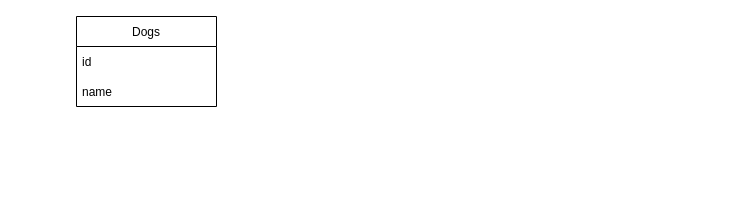
Before: Untitled Diagram.drawio in neebs12/database-diagrams, a draw.io diagram. Source tidied: cells renumbered, new cells numbered last; positions are measured from the earlier drawing's top-left corner, leaving out a move shared by most shapes. Both pictures are drawn from the tidied source at 100%, with x=0, y=0 at pixel (76, 16).
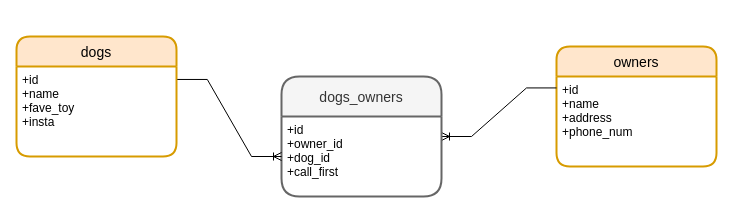
Above is the later version.

What changed in the source:
```diff
@@
 <mxGraphModel>
   <root>
     <mxCell id="0" />
     <mxCell id="1" parent="0" />
-    <mxCell id="2" value="Dogs" style="swimlane;fontStyle=0;horizontal=1;startSize=30;" parent="1" vertex="1">
-      <mxGeometry width="140" height="90" as="geometry" />
-    </mxCell>
-    <mxCell id="3" value="id" style="text;strokeColor=none;fillColor=none;align=left;verticalAlign=middle;spacingLeft=4;spacingRight=4;overflow=hidden;" parent="2" vertex="1">
-      <mxGeometry y="30" width="140" height="30" as="geometry" />
-    </mxCell>
-    <mxCell id="4" value="name" style="text;strokeColor=none;fillColor=none;align=left;verticalAlign=middle;spacingLeft=4;spacingRight=4;overflow=hidden;" parent="2" vertex="1">
-      <mxGeometry y="60" width="140" height="30" as="geometry" />
-    </mxCell>
+    <mxCell id="5" value="dogs" style="swimlane;horizontal=1;startSize=30;rounded=1;fontSize=14;fontStyle=0;strokeWidth=2;shadow=0;dashed=0;align=center;fillColor=#ffe6cc;strokeColor=#d79b00;" parent="1" vertex="1">
+      <mxGeometry x="-60" y="20" width="160" height="120" as="geometry" />
+    </mxCell>
+    <mxCell id="6" value="+id&#10;+name&#10;+fave_toy&#10;+insta" style="align=left;strokeColor=none;fillColor=none;spacingLeft=4;fontSize=12;verticalAlign=top;" parent="5" vertex="1">
+      <mxGeometry y="30" width="160" height="90" as="geometry" />
+    </mxCell>
+    <mxCell id="7" value="owners" style="swimlane;horizontal=1;startSize=30;rounded=1;fontSize=14;fontStyle=0;strokeWidth=2;shadow=0;dashed=0;align=center;fillColor=#ffe6cc;strokeColor=#d79b00;" parent="1" vertex="1">
+      <mxGeometry x="480" y="30" width="160" height="120" as="geometry" />
+    </mxCell>
+    <mxCell id="8" value="+id&#10;+name&#10;+address&#10;+phone_num" style="align=left;strokeColor=none;fillColor=none;spacingLeft=4;fontSize=12;verticalAlign=top;" parent="7" vertex="1">
+      <mxGeometry y="30" width="160" height="90" as="geometry" />
+    </mxCell>
+    <mxCell id="9" style="edgeStyle=entityRelationEdgeStyle;fontSize=12;html=1;endArrow=ERoneToMany;rounded=0;entryX=1;entryY=0.25;entryDx=0;entryDy=0;exitX=0;exitY=0.127;exitDx=0;exitDy=0;exitPerimeter=0;" parent="1" edge="1" source="8" target="11">
+      <mxGeometry relative="1" as="geometry" />
+    </mxCell>
+    <mxCell id="10" value="dogs_owners" style="swimlane;horizontal=1;startSize=40;rounded=1;fontSize=14;fontStyle=0;strokeWidth=2;shadow=0;dashed=0;align=center;fillColor=#f5f5f5;fontColor=#333333;strokeColor=#666666;" parent="1" vertex="1">
+      <mxGeometry x="205" y="60" width="160" height="120" as="geometry" />
+    </mxCell>
+    <mxCell id="11" value="+id&#10;+owner_id&#10;+dog_id&#10;+call_first" style="align=left;strokeColor=none;fillColor=none;spacingLeft=4;fontSize=12;verticalAlign=top;" parent="10" vertex="1">
+      <mxGeometry y="40" width="160" height="80" as="geometry" />
+    </mxCell>
+    <mxCell id="12" style="edgeStyle=entityRelationEdgeStyle;fontSize=12;html=1;endArrow=ERoneToMany;rounded=0;exitX=1.005;exitY=0.144;exitDx=0;exitDy=0;exitPerimeter=0;entryX=0;entryY=0.5;entryDx=0;entryDy=0;" parent="1" edge="1" source="6" target="11">
+      <mxGeometry relative="1" as="geometry" />
+    </mxCell>
   </root>
 </mxGraphModel>
```
